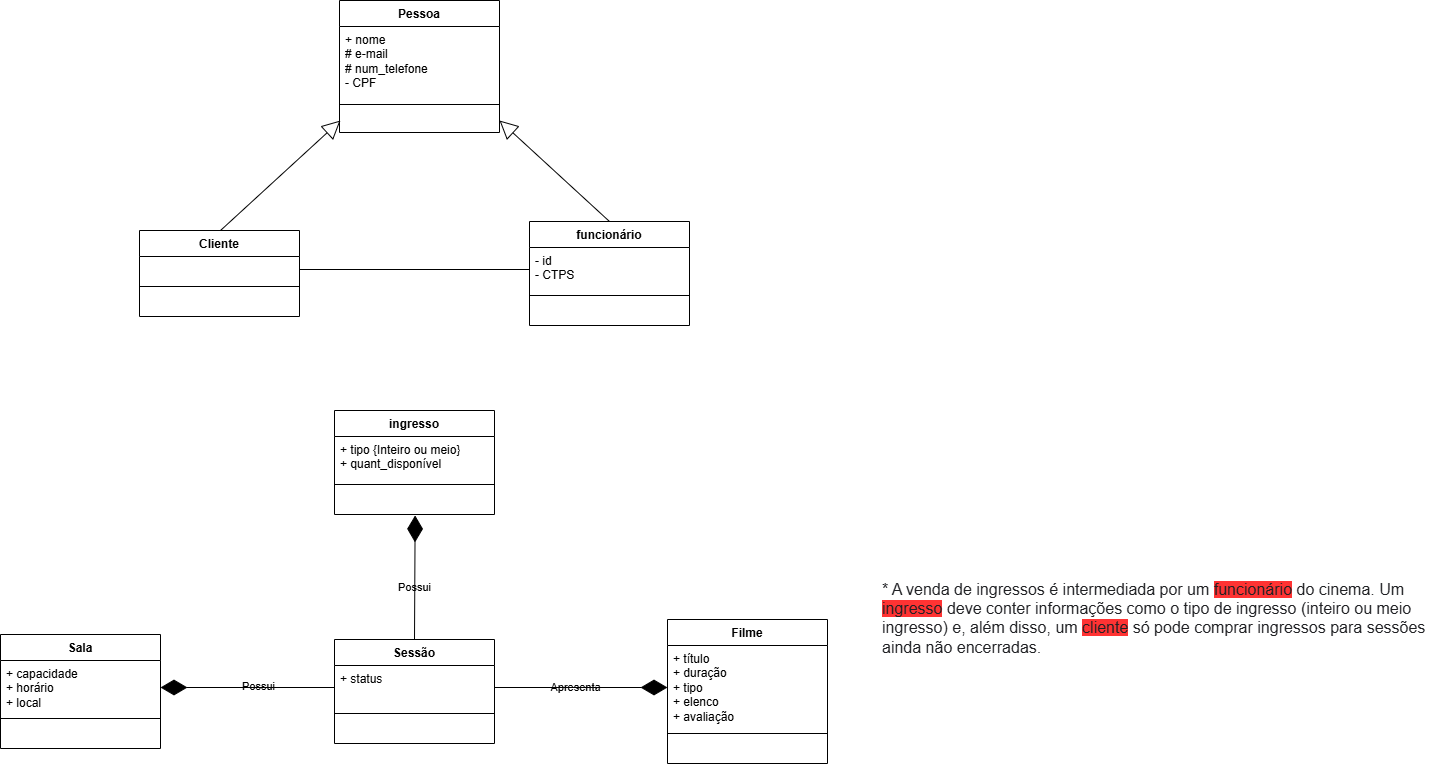
Above: APOO/cinema_diagrama_classe.png in joao-marcos-azvd/Estudos-de-programacao (draw.io), before the change. Source tidied: cells renumbered, new cells last; positions are measured from the earlier drawing's top-left corner, leaving out a move shared by most shapes.
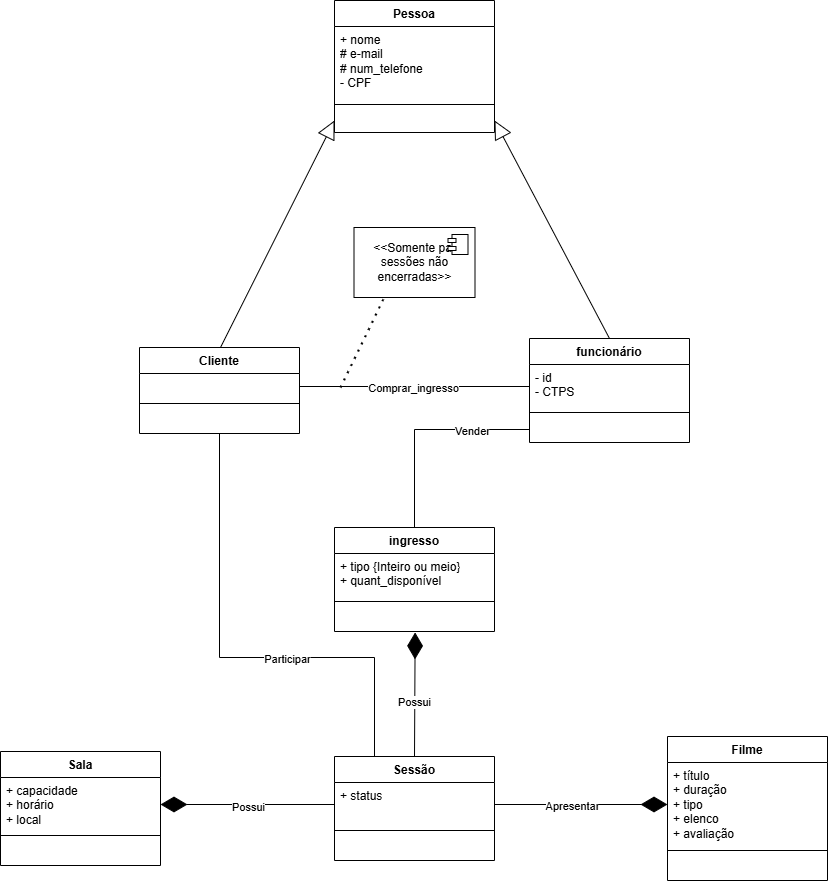
After the commit.

What changed in the source:
```diff
@@ -2,9 +2,6 @@
   <root>
     <mxCell id="0" />
     <mxCell id="1" parent="0" />
-    <mxCell id="2" value="&lt;div style=&quot;color: rgb(32, 33, 36); font-family: docs-Roboto, Helvetica, Arial, sans-serif; font-size: 16px; font-style: normal; font-variant-ligatures: normal; font-variant-caps: normal; font-weight: 400; letter-spacing: normal; orphans: 2; text-align: start; text-indent: 0px; text-transform: none; widows: 2; word-spacing: 0px; -webkit-text-stroke-width: 0px; white-space: normal; background-color: rgb(255, 255, 255); text-decoration-thickness: initial; text-decoration-style: initial; text-decoration-color: initial;&quot;&gt;* A venda de ingressos é intermediada por um &lt;span style=&quot;background-color: rgb(255, 51, 51);&quot;&gt;funcionário&lt;/span&gt; do cinema. Um &lt;span style=&quot;background-color: rgb(255, 51, 51);&quot;&gt;ingresso&lt;/span&gt; deve conter informações como o tipo de ingresso (inteiro ou meio ingresso) e, além disso, um &lt;span style=&quot;background-color: rgb(255, 51, 51);&quot;&gt;cliente&lt;/span&gt; só pode comprar ingressos para sessões ainda não encerradas.&amp;nbsp; &amp;nbsp;&lt;/div&gt;" style="text;whiteSpace=wrap;html=1;labelBackgroundColor=none;" parent="1" vertex="1">
-      <mxGeometry x="880" y="573" width="560" height="170" as="geometry" />
-    </mxCell>
     <mxCell id="3" value="Sala" style="swimlane;fontStyle=1;align=center;verticalAlign=top;horizontal=1;startSize=26;whiteSpace=wrap;html=1;labelBackgroundColor=none;" parent="1" vertex="1">
       <mxGeometry y="634" width="160" height="114" as="geometry" />
     </mxCell>
@@ -66,7 +63,7 @@
       <mxGeometry y="60" width="160" height="26" as="geometry" />
     </mxCell>
     <mxCell id="23" value="Pessoa" style="swimlane;fontStyle=1;align=center;verticalAlign=top;horizontal=1;startSize=26;whiteSpace=wrap;html=1;labelBackgroundColor=none;" parent="1" vertex="1">
-      <mxGeometry x="339" width="160" height="132" as="geometry" />
+      <mxGeometry x="334" y="-117" width="160" height="132" as="geometry" />
     </mxCell>
     <mxCell id="24" value="&lt;div&gt;+ nome&lt;/div&gt;&lt;div&gt;&lt;span style=&quot;background-color: initial;&quot;&gt;# e-mail&lt;/span&gt;&lt;/div&gt;&lt;div&gt;# num_telefone&lt;/div&gt;- CPF&lt;div&gt;&lt;br&gt;&lt;/div&gt;" style="text;strokeColor=none;fillColor=none;align=left;verticalAlign=top;spacingLeft=4;spacingRight=4;overflow=hidden;whiteSpace=wrap;html=1;labelBackgroundColor=none;" parent="23" vertex="1">
       <mxGeometry y="26" width="160" height="74" as="geometry" />
@@ -92,13 +89,12 @@
     <mxCell id="31" style="endArrow=diamondThin;endFill=1;endSize=24;html=1;rounded=0;entryX=1;entryY=0.5;entryDx=0;entryDy=0;exitX=0;exitY=0.5;exitDx=0;exitDy=0;labelBackgroundColor=none;fontColor=default;" parent="1" edge="1" source="28" target="4">
       <mxGeometry relative="1" as="geometry" />
     </mxCell>
-    <mxCell id="32" value="Possui" style="edgeLabel;html=1;align=center;verticalAlign=middle;labelBackgroundColor=none;" parent="31" vertex="1">
-      <mxGeometry x="-0.13" y="-1" relative="1" as="geometry" />
-    </mxCell>
+    <mxCell id="40" value="Possui" style="edgeLabel;html=1;align=center;verticalAlign=middle;" parent="31" vertex="1">
+      <mxGeometry x="0.01" y="1" relative="1" as="geometry" />
+    </mxCell>
-    <mxCell id="33" style="endArrow=block;endSize=16;endFill=0;html=1;rounded=0;entryX=0;entryY=0.5;entryDx=0;entryDy=0;exitX=0.5;exitY=0;exitDx=0;exitDy=0;labelBackgroundColor=none;fontColor=default;" parent="1" edge="1">
+    <mxCell id="33" style="endArrow=block;endSize=16;endFill=0;html=1;rounded=0;entryX=0;entryY=0.5;entryDx=0;entryDy=0;exitX=0.5;exitY=0;exitDx=0;exitDy=0;labelBackgroundColor=none;fontColor=default;" parent="1" edge="1" target="26">
       <mxGeometry relative="1" as="geometry">
         <mxPoint x="220" y="230" as="sourcePoint" />
-        <mxPoint x="340" y="120" as="targetPoint" />
       </mxGeometry>
     </mxCell>
     <mxCell id="34" style="endArrow=block;endSize=16;endFill=0;html=1;rounded=0;entryX=1;entryY=0.5;entryDx=0;entryDy=0;exitX=0.5;exitY=0;exitDx=0;exitDy=0;labelBackgroundColor=none;fontColor=default;" parent="1" edge="1" source="11" target="26">
@@ -107,19 +103,62 @@
     <mxCell id="35" style="endArrow=diamondThin;endFill=1;endSize=24;html=1;rounded=0;entryX=0;entryY=0.5;entryDx=0;entryDy=0;exitX=1;exitY=0.5;exitDx=0;exitDy=0;labelBackgroundColor=none;fontColor=default;" parent="1" edge="1" source="28" target="16">
       <mxGeometry relative="1" as="geometry" />
     </mxCell>
-    <mxCell id="36" value="Apresenta" style="edgeLabel;html=1;align=center;verticalAlign=middle;labelBackgroundColor=none;" parent="35" vertex="1">
-      <mxGeometry x="-0.05" y="-3" relative="1" as="geometry">
-        <mxPoint x="-1" y="-3" as="offset" />
-      </mxGeometry>
-    </mxCell>
+    <mxCell id="41" value="Apresentar" style="edgeLabel;html=1;align=center;verticalAlign=middle;" parent="35" vertex="1">
+      <mxGeometry x="-0.17" y="-1" relative="1" as="geometry">
+        <mxPoint x="4" y="-1" as="offset" />
+      </mxGeometry>
+    </mxCell>
     <mxCell id="37" style="endArrow=diamondThin;endFill=1;endSize=24;html=1;rounded=0;exitX=0.5;exitY=0;exitDx=0;exitDy=0;entryX=0.504;entryY=1.035;entryDx=0;entryDy=0;entryPerimeter=0;labelBackgroundColor=none;fontColor=default;" parent="1" edge="1" source="27" target="10">
       <mxGeometry relative="1" as="geometry" />
     </mxCell>
-    <mxCell id="38" value="Possui" style="edgeLabel;html=1;align=center;verticalAlign=middle;labelBackgroundColor=none;" parent="37" vertex="1">
-      <mxGeometry x="-0.16" relative="1" as="geometry" />
-    </mxCell>
+    <mxCell id="42" value="Possui" style="edgeLabel;html=1;align=center;verticalAlign=middle;" parent="37" vertex="1">
+      <mxGeometry x="-0.08" y="2" relative="1" as="geometry" />
+    </mxCell>
     <mxCell id="39" style="endArrow=none;html=1;rounded=0;fontColor=default;entryX=0;entryY=0.5;entryDx=0;entryDy=0;exitX=1;exitY=0.5;exitDx=0;exitDy=0;labelBackgroundColor=none;" parent="1" edge="1" source="20" target="12">
       <mxGeometry relative="1" as="geometry" />
     </mxCell>
+    <mxCell id="43" value="Comprar_ingresso" style="edgeLabel;html=1;align=center;verticalAlign=middle;" parent="39" vertex="1">
+      <mxGeometry x="0.03" y="1" relative="1" as="geometry">
+        <mxPoint x="-8" y="1" as="offset" />
+      </mxGeometry>
+    </mxCell>
+    <mxCell id="44" style="endArrow=none;html=1;rounded=0;entryX=0;entryY=0.5;entryDx=0;entryDy=0;exitX=0.5;exitY=0;exitDx=0;exitDy=0;" parent="1" edge="1" source="7" target="14">
+      <mxGeometry relative="1" as="geometry">
+        <Array as="points">
+          <mxPoint x="414" y="312" />
+        </Array>
+      </mxGeometry>
+    </mxCell>
+    <mxCell id="45" value="Vender" style="edgeLabel;html=1;align=center;verticalAlign=middle;" parent="44" vertex="1">
+      <mxGeometry x="0.09" y="2" relative="1" as="geometry">
+        <mxPoint x="38" y="2" as="offset" />
+      </mxGeometry>
+    </mxCell>
+    <mxCell id="46" style="endArrow=none;html=1;rounded=0;exitX=0.25;exitY=0;exitDx=0;exitDy=0;" parent="1" edge="1" source="27" target="22">
+      <mxGeometry relative="1" as="geometry">
+        <Array as="points">
+          <mxPoint x="374" y="540" />
+          <mxPoint x="219" y="540" />
+        </Array>
+      </mxGeometry>
+    </mxCell>
+    <mxCell id="47" value="Participar" style="edgeLabel;html=1;align=center;verticalAlign=middle;" parent="46" vertex="1">
+      <mxGeometry x="-0.22" y="-7" relative="1" as="geometry">
+        <mxPoint y="7" as="offset" />
+      </mxGeometry>
+    </mxCell>
+    <mxCell id="48" value="&amp;lt;&amp;lt;Somente par sessões não encerradas&amp;gt;&amp;gt;" style="html=1;whiteSpace=wrap;" parent="1" vertex="1">
+      <mxGeometry x="353.5" y="110" width="121" height="70" as="geometry" />
+    </mxCell>
+    <mxCell id="49" style="shape=module;jettyWidth=8;jettyHeight=4;" parent="48" vertex="1">
+      <mxGeometry x="1" width="20" height="20" relative="1" as="geometry">
+        <mxPoint x="-27" y="7" as="offset" />
+      </mxGeometry>
+    </mxCell>
+    <mxCell id="50" style="endArrow=none;dashed=1;html=1;dashPattern=1 3;strokeWidth=2;rounded=0;entryX=0.25;entryY=1;entryDx=0;entryDy=0;" parent="1" edge="1" target="48">
+      <mxGeometry relative="1" as="geometry">
+        <mxPoint x="340" y="270" as="sourcePoint" />
+      </mxGeometry>
+    </mxCell>
   </root>
 </mxGraphModel>
```
